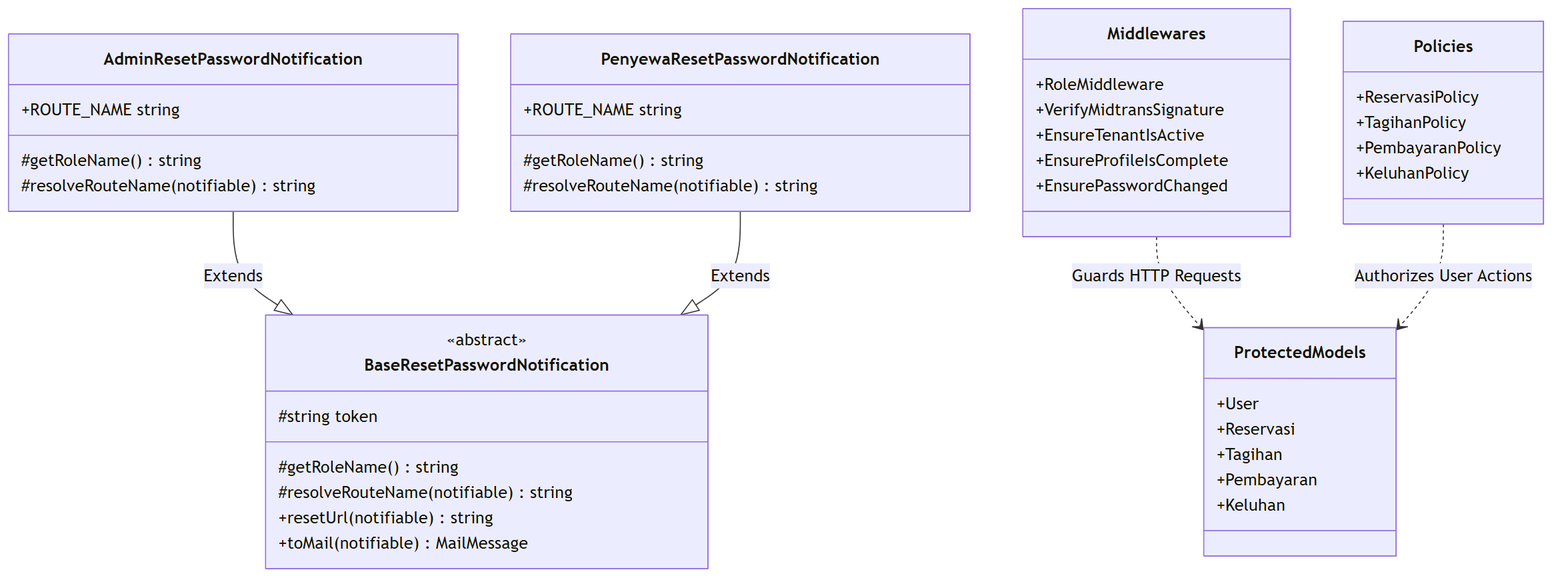
rafifarsyapradiva/asri-boarding-house keeps this Mermaid diagram as Blueprint/class/class_relasi_inheritance_security.png. Above is the earlier version. Its source is kept beside it as Blueprint/class/class_relasi_inheritance_security.mmd.
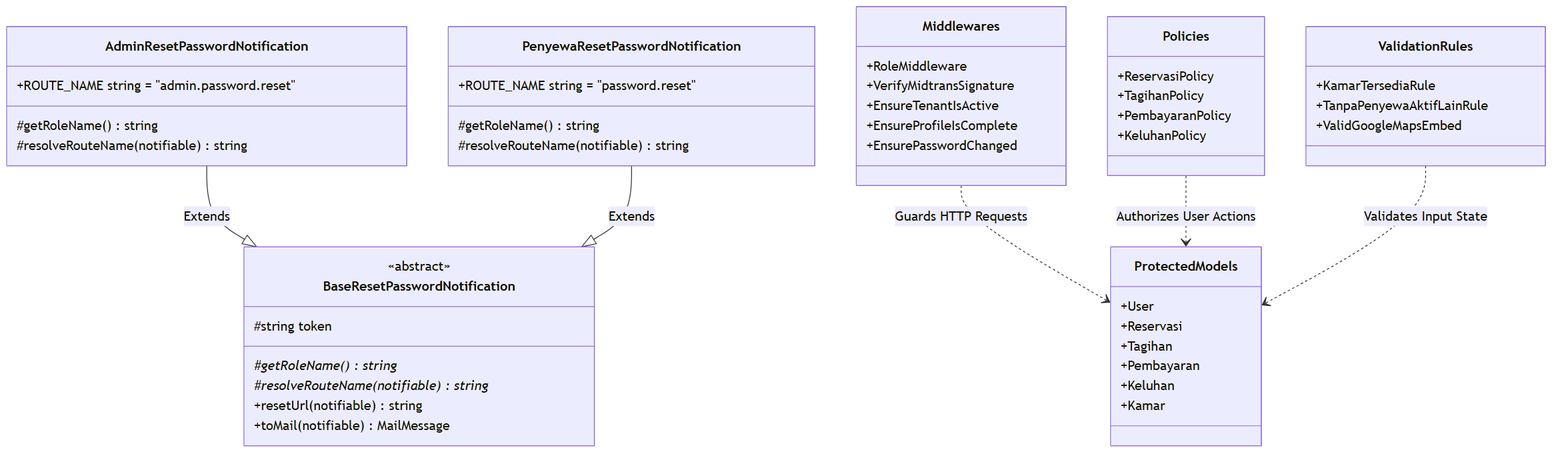
Later version of the same file.

What changed in the source:
```diff
@@ -4,20 +4,20 @@
     class BaseResetPasswordNotification {
         <<abstract>>
         #string token
-        #getRoleName() string
-        #resolveRouteName(notifiable) string
+        #getRoleName()* string
+        #resolveRouteName(notifiable)* string
         +resetUrl(notifiable) string
         +toMail(notifiable) MailMessage
     }
 
     class AdminResetPasswordNotification {
-        +ROUTE_NAME string
+        +ROUTE_NAME string = "admin.password.reset"
         #getRoleName() string
         #resolveRouteName(notifiable) string
     }
 
     class PenyewaResetPasswordNotification {
-        +ROUTE_NAME string
+        +ROUTE_NAME string = "password.reset"
         #getRoleName() string
         #resolveRouteName(notifiable) string
     }
@@ -37,12 +37,19 @@
         +EnsurePasswordChanged
     }
 
+    class ValidationRules {
+        +KamarTersediaRule
+        +TanpaPenyewaAktifLainRule
+        +ValidGoogleMapsEmbed
+    }
+
     class ProtectedModels {
         +User
         +Reservasi
         +Tagihan
         +Pembayaran
         +Keluhan
+        +Kamar
     }
 
     AdminResetPasswordNotification --|> BaseResetPasswordNotification : Extends
@@ -50,3 +57,4 @@
 
     Middlewares ..> ProtectedModels : Guards HTTP Requests
     Policies ..> ProtectedModels : Authorizes User Actions
+    ValidationRules ..> ProtectedModels : Validates Input State
```
